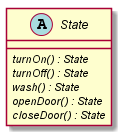
Above: doc/images/state_class.png in familyboateaf4v/doubleSlashde9 (PlantUML), before the change.
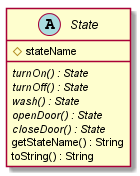
Later version of the same file.

Commit message:
UML: Updated state class diagram.

Diff of the diagram source:
```diff
@@ -1,11 +1,14 @@
 @startuml
 
 abstract class State {
+    #stateName
     {abstract} turnOn() : State
     {abstract} turnOff() : State
     {abstract} wash() : State
     {abstract} openDoor() : State
     {abstract} closeDoor() : State
+    getStateName() : String
+    toString() : String
 }
 
 @enduml
```
